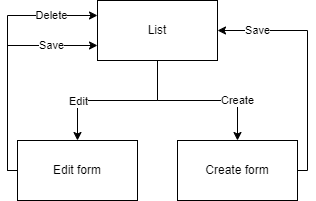
This is .gitbook/assets/crud_flow.drawio.png from Bernardo-MG/development-docs-architecture, a draw.io export, as it was before one commit. Source tidied: cells renumbered, new cells last; positions are measured from the earlier drawing's top-left corner, leaving out a move shared by most shapes.
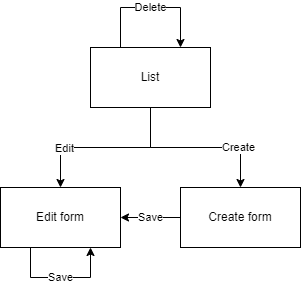
After the change.

What changed in the source:
```diff
@@ -6,16 +6,16 @@
       <mxGeometry x="100" width="120" height="60" as="geometry" />
     </mxCell>
     <mxCell id="3" value="Create form" style="rounded=0;whiteSpace=wrap;html=1;" parent="1" vertex="1">
-      <mxGeometry x="180" y="140" width="120" height="60" as="geometry" />
+      <mxGeometry x="190" y="140" width="120" height="60" as="geometry" />
     </mxCell>
     <mxCell id="4" value="Edit form" style="rounded=0;whiteSpace=wrap;html=1;" parent="1" vertex="1">
-      <mxGeometry x="20" y="140" width="120" height="60" as="geometry" />
+      <mxGeometry x="10" y="140" width="120" height="60" as="geometry" />
     </mxCell>
     <mxCell id="5" value="Create" style="endArrow=classic;html=1;rounded=0;edgeStyle=orthogonalEdgeStyle;exitX=0.5;exitY=1;exitDx=0;exitDy=0;entryX=0.5;entryY=0;entryDx=0;entryDy=0;" parent="1" edge="1" source="2" target="3">
       <mxGeometry x="0.5" relative="1" as="geometry">
         <Array as="points">
           <mxPoint x="160" y="100" />
-          <mxPoint x="240" y="100" />
+          <mxPoint x="250" y="100" />
         </Array>
       </mxGeometry>
     </mxCell>
@@ -23,7 +23,7 @@
       <mxGeometry relative="1" as="geometry">
         <Array as="points">
           <mxPoint x="160" y="100" />
-          <mxPoint x="80" y="100" />
+          <mxPoint x="70" y="100" />
         </Array>
       </mxGeometry>
     </mxCell>
@@ -32,27 +32,29 @@
         <mxPoint x="-16" y="-3" as="offset" />
       </mxGeometry>
     </mxCell>
-    <mxCell id="8" value="Save" style="endArrow=classic;html=1;rounded=0;exitX=1;exitY=0.5;exitDx=0;exitDy=0;entryX=1;entryY=0.5;entryDx=0;entryDy=0;edgeStyle=orthogonalEdgeStyle;" parent="1" edge="1" source="3" target="2">
-      <mxGeometry x="0.67" relative="1" as="geometry">
+    <mxCell id="8" value="Save" style="endArrow=classic;html=1;rounded=0;exitX=0;exitY=0.5;exitDx=0;exitDy=0;entryX=1;entryY=0.5;entryDx=0;entryDy=0;edgeStyle=orthogonalEdgeStyle;" parent="1" edge="1" source="3" target="4">
+      <mxGeometry relative="1" as="geometry">
         <Array as="points">
-          <mxPoint x="310" y="170" />
-          <mxPoint x="310" y="30" />
+          <mxPoint x="160" y="170" />
+          <mxPoint x="160" y="170" />
         </Array>
       </mxGeometry>
     </mxCell>
-    <mxCell id="9" value="Save" style="endArrow=classic;html=1;rounded=0;exitX=0;exitY=0.5;exitDx=0;exitDy=0;entryX=0;entryY=0.75;entryDx=0;entryDy=0;edgeStyle=elbowEdgeStyle;" parent="1" edge="1" source="4" target="2">
-      <mxGeometry x="0.59" relative="1" as="geometry">
+    <mxCell id="9" value="Save" style="endArrow=classic;html=1;rounded=0;exitX=0.25;exitY=1;exitDx=0;exitDy=0;entryX=0.75;entryY=1;entryDx=0;entryDy=0;edgeStyle=elbowEdgeStyle;" parent="1" edge="1" source="4" target="4">
+      <mxGeometry relative="1" as="geometry">
         <Array as="points">
+          <mxPoint x="90" y="230" />
+          <mxPoint x="60" y="260" />
           <mxPoint x="10" y="80" />
           <mxPoint y="90" />
         </Array>
       </mxGeometry>
     </mxCell>
-    <mxCell id="10" value="Delete" style="endArrow=classic;html=1;rounded=0;exitX=0;exitY=0.5;exitDx=0;exitDy=0;entryX=0;entryY=0.25;entryDx=0;entryDy=0;edgeStyle=elbowEdgeStyle;" parent="1" edge="1" source="4" target="2">
-      <mxGeometry x="0.64" relative="1" as="geometry">
+    <mxCell id="10" value="Delete" style="endArrow=classic;html=1;rounded=0;exitX=0.25;exitY=0;exitDx=0;exitDy=0;entryX=0.75;entryY=0;entryDx=0;entryDy=0;" parent="1" edge="1" source="2" target="2">
+      <mxGeometry relative="1" as="geometry">
         <Array as="points">
-          <mxPoint x="10" y="90" />
-          <mxPoint y="100" />
+          <mxPoint x="130" y="-40" />
+          <mxPoint x="190" y="-40" />
         </Array>
       </mxGeometry>
     </mxCell>
```
